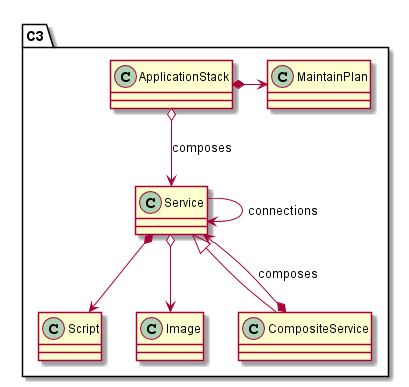
CAADE/C3 keeps this PlantUML diagram as docs/HighLevelConcepts.png. Above is the earlier version.
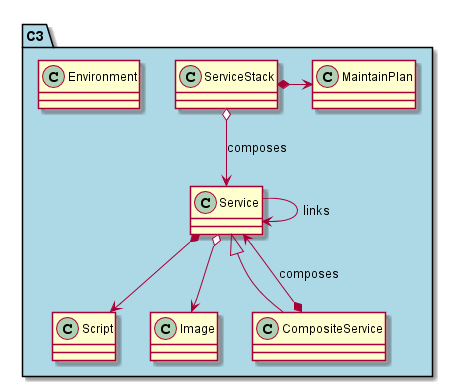
Above is the later version.

Diff of the diagram source:
```diff
@@ -1,6 +1,6 @@
 @startuml
 
-package C3 {
+package C3 #lightblue {
     class MaintainPlan {
 
     }
@@ -13,8 +13,10 @@
     class Script {
     }
 
+    class Environment {
+    }
 
-    class ApplicationStack {
+    class ServiceStack {
     }
 
     class Image {
@@ -26,11 +28,10 @@
 
     Service <|-- CompositeService
     CompositeService *--> Service : composes
-    ApplicationStack *-> MaintainPlan
+    ServiceStack *-> MaintainPlan
     Service o--> Image
-    ApplicationStack o--> Service : composes
-    Service --> Service : connections
-
+    ServiceStack o--> Service : composes
+    Service -> Service : links
 }
 
 @enduml
```
